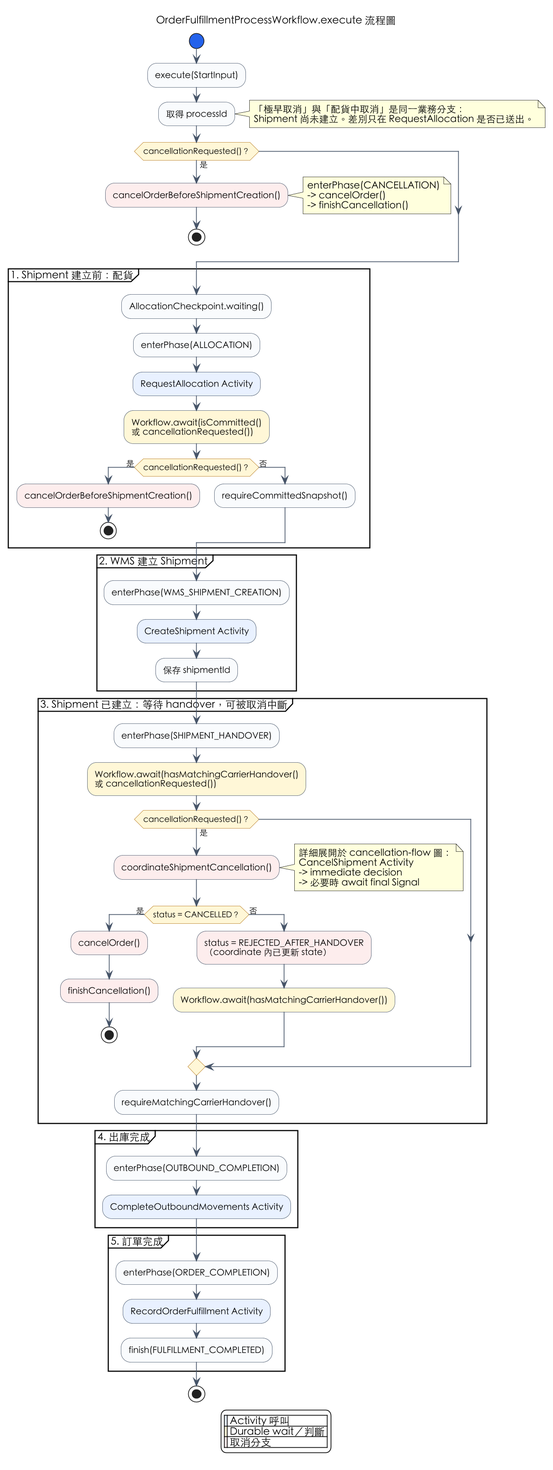
The PlantUML diagram docs/order-fulfillment-process-execute-flow.png in zhjiangexe/order-allocation-arch-demo, before a commit. Its diagram source:
```plantuml
@startuml
title OrderFulfillmentProcessWorkflow.execute 流程圖

skinparam defaultFontName "Heiti TC"
skinparam dpi 150
skinparam shadowing false
skinparam backgroundColor white
skinparam ArrowColor #475569
skinparam ActivityBorderColor #475569
skinparam ActivityBackgroundColor #F8FAFC
skinparam ActivityDiamondBackgroundColor #FFF7D6
skinparam ActivityDiamondBorderColor #B7791F
skinparam ActivityStartColor #2563EB
skinparam ActivityEndColor #2563EB

start
:execute(StartInput);
:取得 processId;
note right
  「極早取消」與「配貨中取消」是同一業務分支：
  Shipment 尚未建立。差別只在 RequestAllocation 是否已送出。
end note

if (cancellationRequested()？) then (是)
  :cancelOrderBeforeShipmentCreation(); <<#FDECEC>>
  note right
    enterPhase(CANCELLATION)
    -> cancelOrder()
    -> finishCancellation()
  end note
  stop
endif

partition "1. Shipment 建立前：配貨" {
  :AllocationCheckpoint.waiting();
  :enterPhase(ALLOCATION);
  :RequestAllocation Activity; <<#E8F1FF>>
  :Workflow.await(isCommitted()\n或 cancellationRequested()); <<#FFF7D6>>

  if (cancellationRequested()？) then (是)
    :cancelOrderBeforeShipmentCreation(); <<#FDECEC>>
    stop
  else (否)
    :requireCommittedSnapshot();
  endif
}

partition "2. WMS 建立 Shipment" {
  :enterPhase(WMS_SHIPMENT_CREATION);
  :CreateShipment Activity; <<#E8F1FF>>
  :保存 shipmentId;
}

partition "3. Shipment 已建立：等待 handover，可被取消中斷" {
  :enterPhase(SHIPMENT_HANDOVER);
  :Workflow.await(hasMatchingCarrierHandover()\n或 cancellationRequested()); <<#FFF7D6>>

  if (cancellationRequested()？) then (是)
    :coordinateShipmentCancellation(); <<#FDECEC>>
    note right
      詳細展開於 cancellation-flow 圖：
      CancelShipment Activity
      -> immediate decision
      -> 必要時 await final Signal
    end note

    if (status = CANCELLED？) then (是)
      :cancelOrder(); <<#FDECEC>>
      :finishCancellation(); <<#FDECEC>>
      stop
    else (否)
      :status = REJECTED_AFTER_HANDOVER\n（coordinate 內已更新 state）; <<#FDECEC>>
      :Workflow.await(hasMatchingCarrierHandover()); <<#FFF7D6>>
    endif
  endif

  :requireMatchingCarrierHandover();
}

partition "4. 出庫完成" {
  :enterPhase(OUTBOUND_COMPLETION);
  :CompleteOutboundMovements Activity; <<#E8F1FF>>
}

partition "5. 訂單完成" {
  :enterPhase(ORDER_COMPLETION);
  :RecordOrderFulfillment Activity; <<#E8F1FF>>
  :finish(FULFILLMENT_COMPLETED);
}

stop

legend bottom
  |<#E8F1FF>| Activity 呼叫 |
  |<#FFF7D6>| Durable wait／判斷 |
  |<#FDECEC>| 取消分支 |
endlegend
@enduml
```
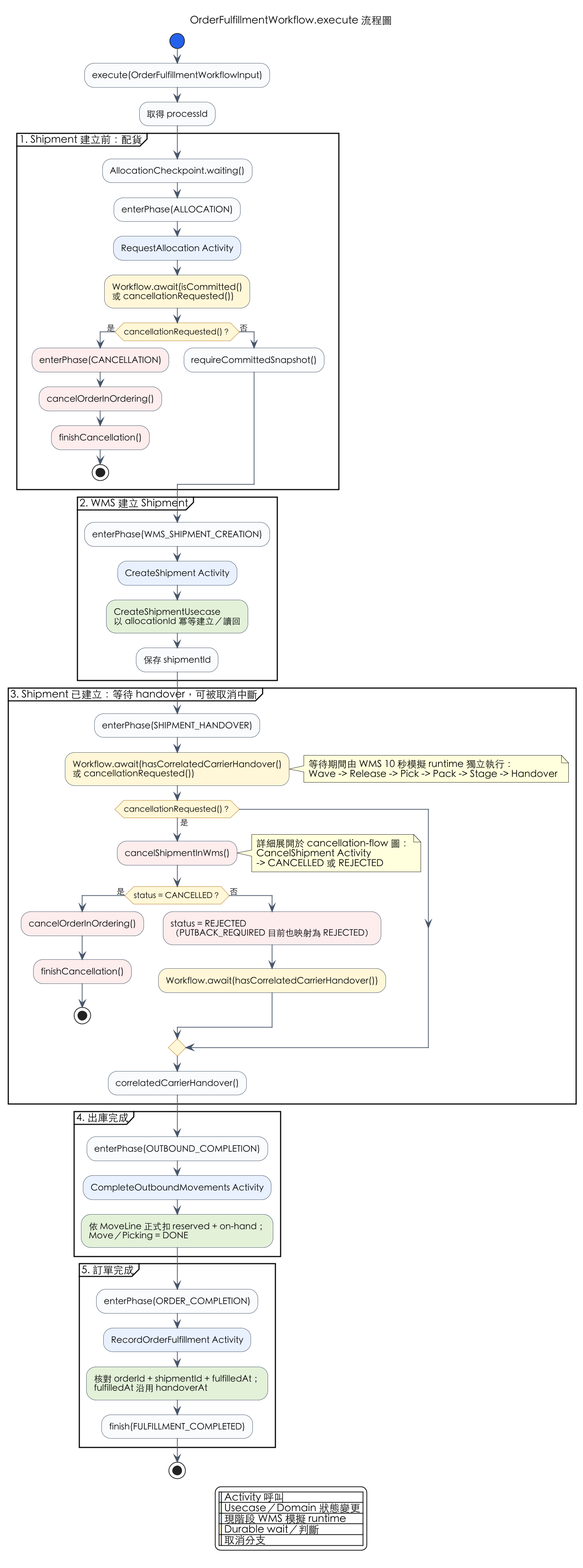
Above is the later version.

Change to the diagram source:
```diff
@@ -1,5 +1,5 @@
 @startuml
-title OrderFulfillmentProcessWorkflow.execute 流程圖
+title OrderFulfillmentWorkflow.execute 流程圖
 
 skinparam defaultFontName "Heiti TC"
 skinparam dpi 150
@@ -14,22 +14,8 @@
 skinparam ActivityEndColor #2563EB
 
 start
-:execute(StartInput);
+:execute(OrderFulfillmentWorkflowInput);
 :取得 processId;
-note right
-  「極早取消」與「配貨中取消」是同一業務分支：
-  Shipment 尚未建立。差別只在 RequestAllocation 是否已送出。
-end note
-
-if (cancellationRequested()？) then (是)
-  :cancelOrderBeforeShipmentCreation(); <<#FDECEC>>
-  note right
-    enterPhase(CANCELLATION)
-    -> cancelOrder()
-    -> finishCancellation()
-  end note
-  stop
-endif
 
 partition "1. Shipment 建立前：配貨" {
   :AllocationCheckpoint.waiting();
@@ -38,7 +24,9 @@
   :Workflow.await(isCommitted()\n或 cancellationRequested()); <<#FFF7D6>>
 
   if (cancellationRequested()？) then (是)
-    :cancelOrderBeforeShipmentCreation(); <<#FDECEC>>
+    :enterPhase(CANCELLATION); <<#FDECEC>>
+    :cancelOrderInOrdering(); <<#FDECEC>>
+    :finishCancellation(); <<#FDECEC>>
     stop
   else (否)
     :requireCommittedSnapshot();
@@ -48,43 +36,52 @@
 partition "2. WMS 建立 Shipment" {
   :enterPhase(WMS_SHIPMENT_CREATION);
   :CreateShipment Activity; <<#E8F1FF>>
+  :CreateShipmentUsecase
+  以 allocationId 冪等建立／讀回; <<#E2F0D9>>
   :保存 shipmentId;
 }
 
 partition "3. Shipment 已建立：等待 handover，可被取消中斷" {
   :enterPhase(SHIPMENT_HANDOVER);
-  :Workflow.await(hasMatchingCarrierHandover()\n或 cancellationRequested()); <<#FFF7D6>>
+  :Workflow.await(hasCorrelatedCarrierHandover()\n或 cancellationRequested()); <<#FFF7D6>>
+  note right
+    等待期間由 WMS 10 秒模擬 runtime 獨立執行：
+    Wave -> Release -> Pick -> Pack -> Stage -> Handover
+  end note
 
   if (cancellationRequested()？) then (是)
-    :coordinateShipmentCancellation(); <<#FDECEC>>
+    :cancelShipmentInWms(); <<#FDECEC>>
     note right
       詳細展開於 cancellation-flow 圖：
       CancelShipment Activity
-      -> immediate decision
-      -> 必要時 await final Signal
+      -> CANCELLED 或 REJECTED
     end note
 
     if (status = CANCELLED？) then (是)
-      :cancelOrder(); <<#FDECEC>>
+      :cancelOrderInOrdering(); <<#FDECEC>>
       :finishCancellation(); <<#FDECEC>>
       stop
     else (否)
-      :status = REJECTED_AFTER_HANDOVER\n（coordinate 內已更新 state）; <<#FDECEC>>
-      :Workflow.await(hasMatchingCarrierHandover()); <<#FFF7D6>>
+      :status = REJECTED\n（PUTBACK_REQUIRED 目前也映射為 REJECTED）; <<#FDECEC>>
+      :Workflow.await(hasCorrelatedCarrierHandover()); <<#FFF7D6>>
     endif
   endif
 
-  :requireMatchingCarrierHandover();
+  :correlatedCarrierHandover();
 }
 
 partition "4. 出庫完成" {
   :enterPhase(OUTBOUND_COMPLETION);
   :CompleteOutboundMovements Activity; <<#E8F1FF>>
+  :依 MoveLine 正式扣 reserved + on-hand；
+  Move／Picking = DONE; <<#E2F0D9>>
 }
 
 partition "5. 訂單完成" {
   :enterPhase(ORDER_COMPLETION);
   :RecordOrderFulfillment Activity; <<#E8F1FF>>
+  :核對 orderId + shipmentId + fulfilledAt；
+  fulfilledAt 沿用 handoverAt; <<#E2F0D9>>
   :finish(FULFILLMENT_COMPLETED);
 }
 
@@ -92,6 +89,8 @@
 
 legend bottom
   |<#E8F1FF>| Activity 呼叫 |
+  |<#E2F0D9>| Usecase／Domain 狀態變更 |
+  |<#DCEEFF>| 現階段 WMS 模擬 runtime |
   |<#FFF7D6>| Durable wait／判斷 |
   |<#FDECEC>| 取消分支 |
 endlegend
```
